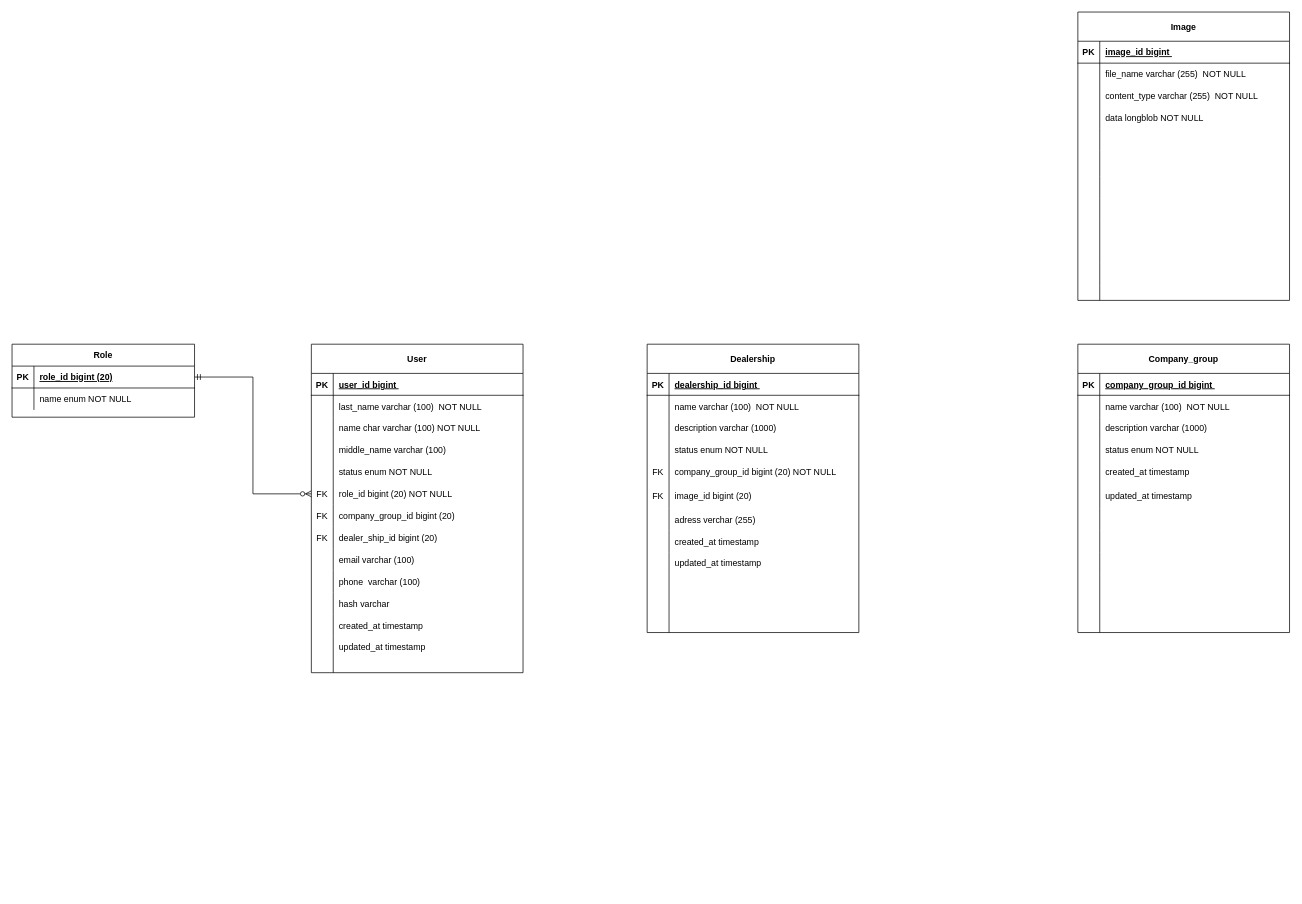
Above: ER.drawio in Kkorolyok/Diagrams (draw.io), before the change. Source tidied: cells renumbered, new cells numbered last; positions are measured from the earlier drawing's top-left corner, leaving out a move shared by most shapes. Both pictures are drawn from the tidied source at 73%, with x=0, y=0 at pixel (12, 12).
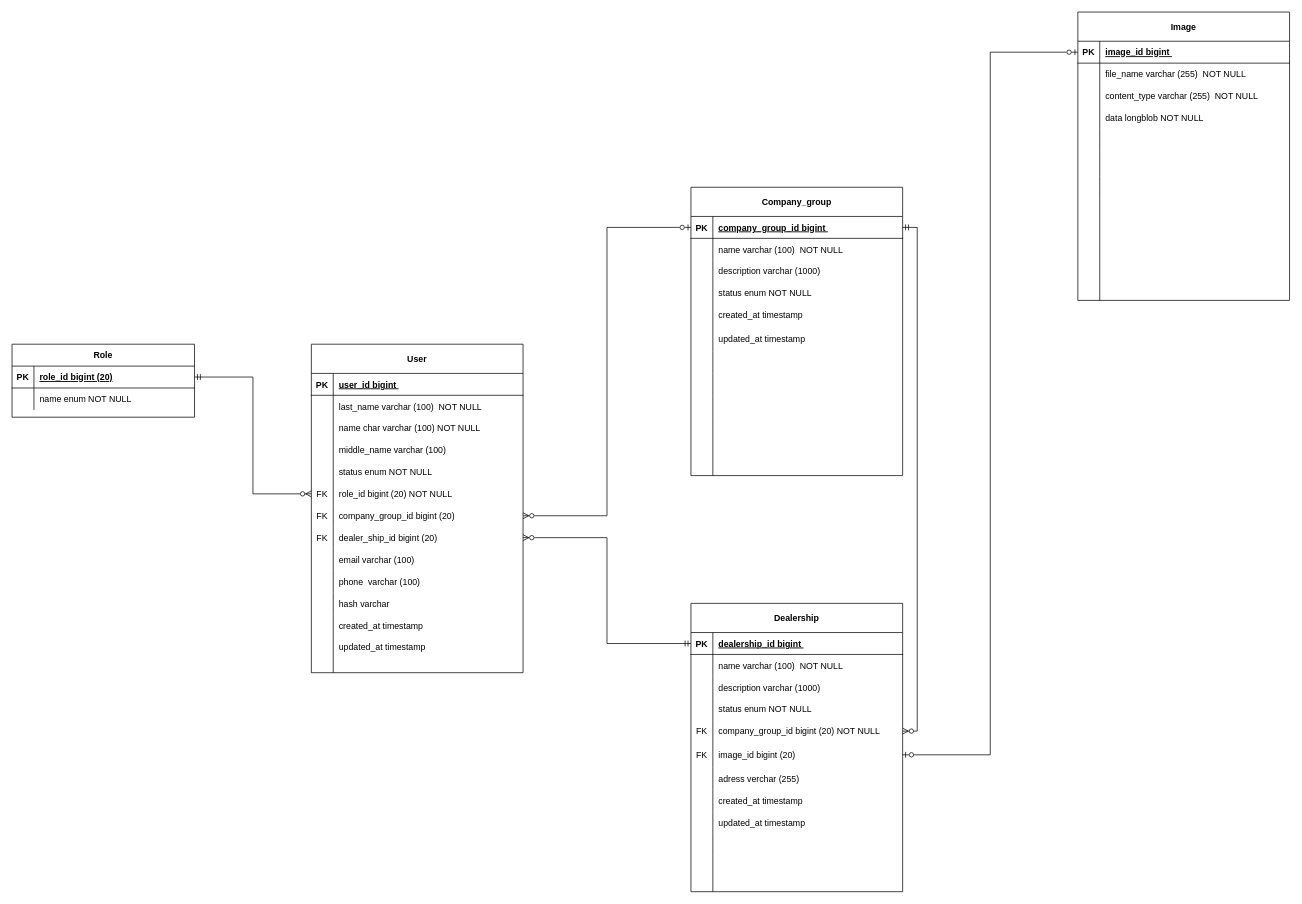
After the change.

Unchanged cells that the change refers to:
```xml
<mxCell id="28" style="shape=partialRectangle;fillColor=none;points=[[0,0.5],[1,0.5]];portConstraint=eastwest;top=0;left=0;right=0;bottom=0;" parent="9" vertex="1">
  <mxGeometry y="220" width="290" height="30" as="geometry" />
</mxCell>
<mxCell id="31" style="shape=partialRectangle;fillColor=none;points=[[0,0.5],[1,0.5]];portConstraint=eastwest;top=0;left=0;right=0;bottom=0;" parent="9" vertex="1">
  <mxGeometry y="250" width="290" height="30" as="geometry" />
</mxCell>
<mxCell id="54" style="shape=partialRectangle;fillColor=none;points=[[0,0.5],[1,0.5]];portConstraint=eastwest;top=0;left=0;right=0;bottom=1;" parent="53" vertex="1">
  <mxGeometry y="40" width="290" height="30" as="geometry" />
</mxCell>
<mxCell id="66" style="shape=partialRectangle;fillColor=none;points=[[0,0.5],[1,0.5]];portConstraint=eastwest;top=0;left=0;right=0;bottom=0;" parent="53" vertex="1">
  <mxGeometry y="160" width="290" height="30" as="geometry" />
</mxCell>
<mxCell id="69" style="shape=partialRectangle;fillColor=none;points=[[0,0.5],[1,0.5]];portConstraint=eastwest;top=0;left=0;right=0;bottom=0;" parent="53" vertex="1">
  <mxGeometry y="190" width="290" height="35" as="geometry" />
</mxCell>
<mxCell id="91" style="shape=partialRectangle;fillColor=none;points=[[0,0.5],[1,0.5]];portConstraint=eastwest;top=0;left=0;right=0;bottom=1;" parent="90" vertex="1">
  <mxGeometry y="40" width="290" height="30" as="geometry" />
</mxCell>
<mxCell id="128" style="shape=partialRectangle;fillColor=none;points=[[0,0.5],[1,0.5]];portConstraint=eastwest;top=0;left=0;right=0;bottom=1;" parent="127" vertex="1">
  <mxGeometry y="40" width="290" height="30" as="geometry" />
</mxCell>
```

The edit, as a diff of the source:
```diff
@@
     <mxCell id="53" value="Dealership" style="shape=table;startSize=40;childLayout=tableLayout;rowLines=0;fontStyle=1;align=center;" parent="1" vertex="1">
-      <mxGeometry x="870" y="455" width="290" height="395" as="geometry" />
+      <mxGeometry x="930" y="810" width="290" height="395" as="geometry" />
     </mxCell>
@@
     <mxCell id="90" value="Company_group" style="shape=table;startSize=40;childLayout=tableLayout;rowLines=0;fontStyle=1;align=center;" parent="1" vertex="1">
-      <mxGeometry x="1460" y="455" width="290" height="395" as="geometry" />
+      <mxGeometry x="930" y="240" width="290" height="395" as="geometry" />
     </mxCell>
@@
+    <mxCell id="164" style="edgeStyle=orthogonalEdgeStyle;rounded=0;jettySize=auto;html=1;exitX=1;exitY=0.5;exitDx=0;exitDy=0;entryX=0;entryY=0.5;entryDx=0;entryDy=0;startArrow=ERzeroToMany;startFill=0;endArrow=ERzeroToOne;endFill=0;" parent="1" edge="1" source="28" target="91">
+      <mxGeometry relative="1" as="geometry" />
+    </mxCell>
+    <mxCell id="165" style="edgeStyle=orthogonalEdgeStyle;rounded=0;jettySize=auto;html=1;exitX=1;exitY=0.5;exitDx=0;exitDy=0;entryX=0;entryY=0.5;entryDx=0;entryDy=0;startArrow=ERzeroToMany;startFill=0;endArrow=ERmandOne;endFill=0;" parent="1" edge="1" source="31" target="54">
+      <mxGeometry relative="1" as="geometry" />
+    </mxCell>
+    <mxCell id="166" style="edgeStyle=orthogonalEdgeStyle;rounded=0;jettySize=auto;html=1;exitX=1;exitY=0.5;exitDx=0;exitDy=0;entryX=0;entryY=0.5;entryDx=0;entryDy=0;startArrow=ERzeroToOne;startFill=0;endArrow=ERzeroToOne;endFill=0;" parent="1" edge="1" source="69" target="128">
+      <mxGeometry relative="1" as="geometry" />
+    </mxCell>
+    <mxCell id="167" style="edgeStyle=orthogonalEdgeStyle;rounded=0;jettySize=auto;html=1;exitX=1;exitY=0.5;exitDx=0;exitDy=0;entryX=1;entryY=0.5;entryDx=0;entryDy=0;startArrow=ERmandOne;startFill=0;endArrow=ERzeroToMany;endFill=0;" parent="1" edge="1" source="91" target="66">
+      <mxGeometry relative="1" as="geometry" />
+    </mxCell>
```
